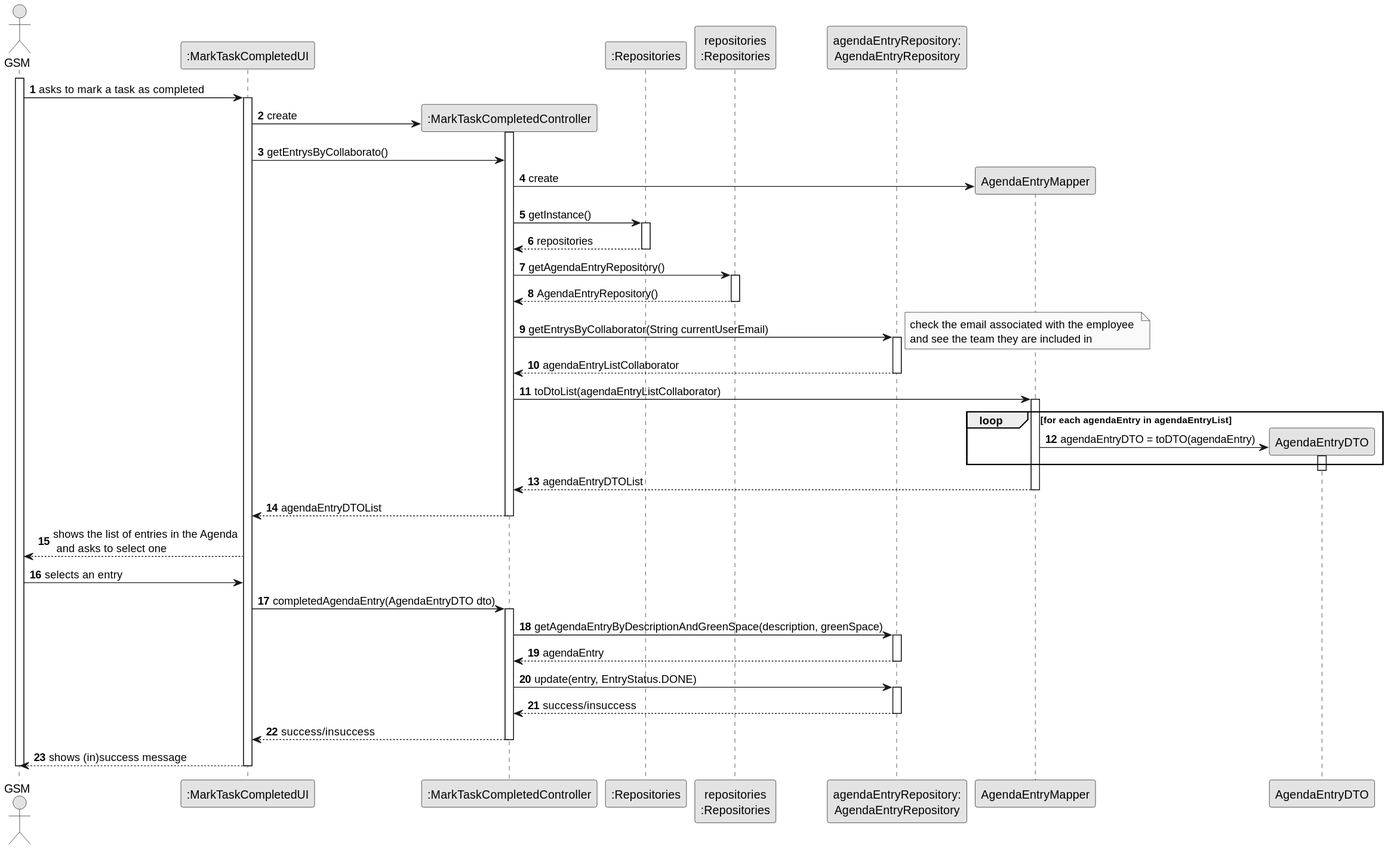
Departamento-de-Engenharia-Informatica/lei-24-s2-1do-g164 keeps this PlantUML diagram as docs/sprintC/us029/03.design/svg/us029-sequence-diagram-full-0.svg. Above is the earlier version.
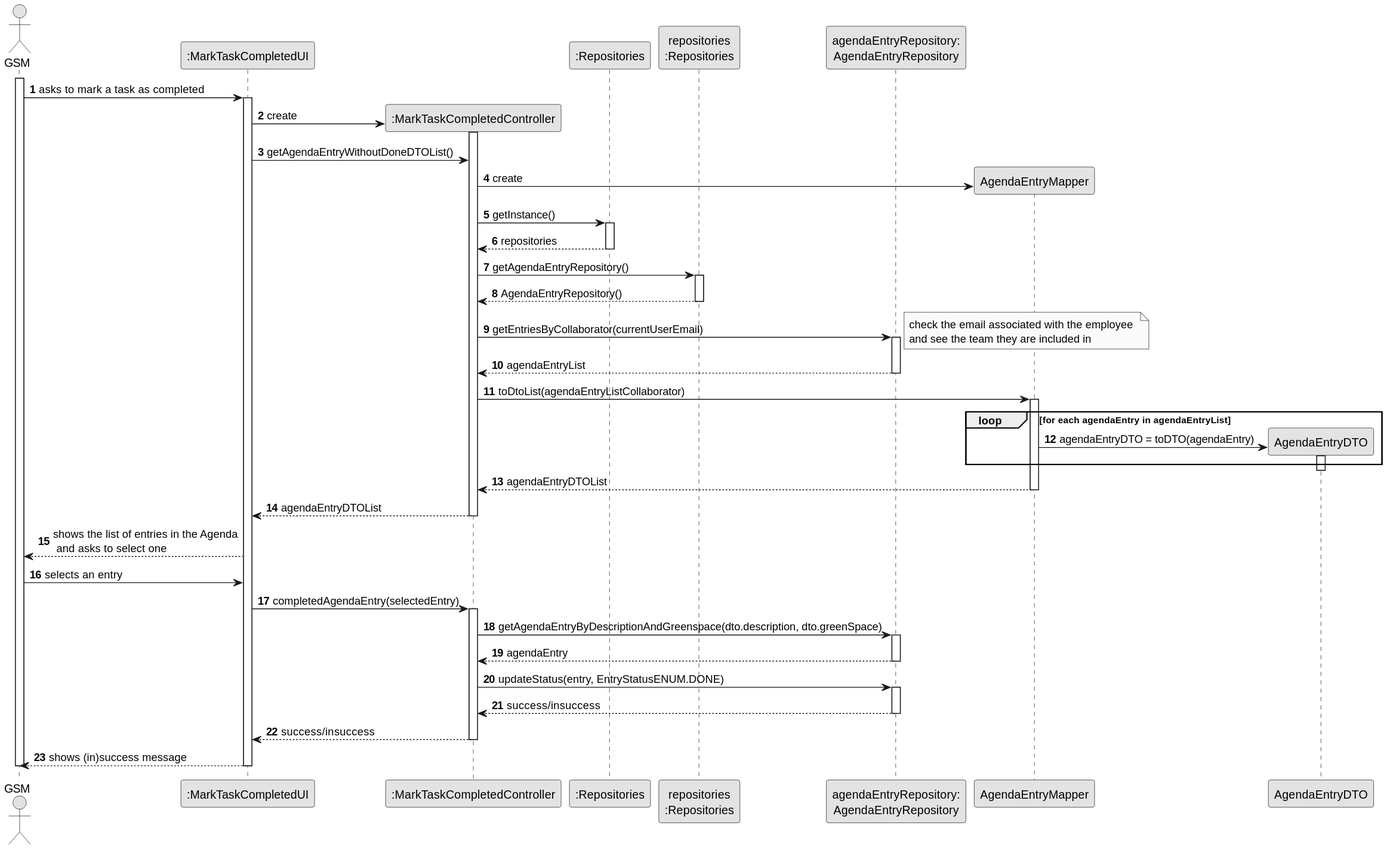
The same diagram one commit later.

Change to the diagram source:
```diff
@@ -25,7 +25,7 @@
                 UI -> CTRL** : create
                 activate CTRL
 
-                 UI-> CTRL: getEntrysByCollaborato()
+                 UI-> CTRL: getAgendaEntryWithoutDoneDTOList()
 
                 CTRL -> "AgendaEntryMapper"**:  create
 
@@ -49,12 +49,12 @@
                 deactivate PLAT
 
 
-                CTRL -> Repo :getEntrysByCollaborator(String currentUserEmail)
+                CTRL -> Repo :getEntriesByCollaborator(currentUserEmail)
                 activate Repo
 
                 note right: check the email associated with the employee \nand see the team they are included in
 
-                Repo --> CTRL: agendaEntryListCollaborator
+                Repo --> CTRL: agendaEntryList
                 deactivate Repo
 
 
@@ -85,18 +85,18 @@
 
 
 
-                UI-> CTRL: completedAgendaEntry(AgendaEntryDTO dto)
+                UI-> CTRL: completedAgendaEntry(selectedEntry)
                 deactivate "AgendaEntryDTO"
                 activate CTRL
 
-                CTRL-> Repo: getAgendaEntryByDescriptionAndGreenSpace(description, greenSpace)
+                CTRL-> Repo: getAgendaEntryByDescriptionAndGreenspace(dto.description, dto.greenSpace)
                 activate Repo
                 Repo-->CTRL: agendaEntry
                 deactivate Repo
 
 
 
-                CTRL-> Repo: update(entry, EntryStatus.DONE)
+                CTRL-> Repo: updateStatus(entry, EntryStatusENUM.DONE)
 
                 activate Repo
                 Repo-->CTRL: success/insuccess
```
